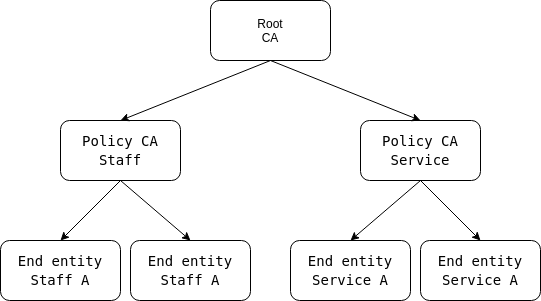
Earlier version of the draw.io export docs/pki-tree.png (OlafRadicke/play_pki_ca_with_ansible). Source tidied: cells renumbered, new cells last; positions are measured from the earlier drawing's top-left corner, leaving out a move shared by most shapes.
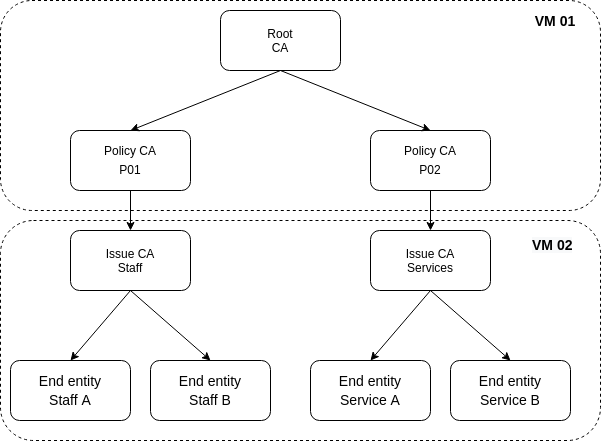
The same diagram one commit later.

Diff of the diagram source:
```diff
@@ -2,13 +2,19 @@
   <root>
     <mxCell id="0" />
     <mxCell id="1" parent="0" />
+    <mxCell id="15" style="rounded=1;whiteSpace=wrap;html=1;dashed=1;" parent="1" vertex="1">
+      <mxGeometry x="-10" y="210" width="600" height="220" as="geometry" />
+    </mxCell>
+    <mxCell id="16" style="rounded=1;whiteSpace=wrap;html=1;dashed=1;" parent="1" vertex="1">
+      <mxGeometry x="-10" y="-10" width="600" height="210" as="geometry" />
+    </mxCell>
     <mxCell id="2" value="Root&lt;br&gt;CA" style="rounded=1;whiteSpace=wrap;html=1;" parent="1" vertex="1">
       <mxGeometry x="210" width="120" height="60" as="geometry" />
     </mxCell>
-    <mxCell id="3" value="&lt;div style=&quot;font-family: &amp;#34;droid sans mono&amp;#34; , monospace , monospace , &amp;#34;droid sans fallback&amp;#34; ; font-size: 14px ; line-height: 19px&quot;&gt;&lt;span style=&quot;background-color: rgb(255 , 255 , 255)&quot;&gt;Policy CA&lt;br&gt;Staff&lt;/span&gt;&lt;/div&gt;" style="rounded=1;whiteSpace=wrap;html=1;" parent="1" vertex="1">
+    <mxCell id="3" value="&lt;div style=&quot;line-height: 19px&quot;&gt;&lt;span style=&quot;background-color: rgb(255 , 255 , 255)&quot;&gt;Policy CA&lt;br&gt;P01&lt;/span&gt;&lt;/div&gt;" style="rounded=1;whiteSpace=wrap;html=1;" parent="1" vertex="1">
       <mxGeometry x="60" y="120" width="120" height="60" as="geometry" />
     </mxCell>
-    <mxCell id="4" value="&lt;div style=&quot;font-family: &amp;#34;droid sans mono&amp;#34; , monospace , monospace , &amp;#34;droid sans fallback&amp;#34; ; font-size: 14px ; line-height: 19px&quot;&gt;&lt;span style=&quot;background-color: rgb(255 , 255 , 255)&quot;&gt;Policy CA&lt;br&gt;Service&lt;/span&gt;&lt;/div&gt;" style="rounded=1;whiteSpace=wrap;html=1;" parent="1" vertex="1">
+    <mxCell id="4" value="&lt;div style=&quot;line-height: 19px&quot;&gt;&lt;span style=&quot;background-color: rgb(255 , 255 , 255)&quot;&gt;Policy CA&lt;br&gt;P02&lt;/span&gt;&lt;/div&gt;" style="rounded=1;whiteSpace=wrap;html=1;" parent="1" vertex="1">
       <mxGeometry x="360" y="120" width="120" height="60" as="geometry" />
     </mxCell>
     <mxCell id="5" style="endArrow=classic;html=1;exitX=0.5;exitY=1;exitDx=0;exitDy=0;entryX=0.5;entryY=0;entryDx=0;entryDy=0;" parent="1" edge="1" source="2" target="4">
@@ -17,29 +23,49 @@
     <mxCell id="6" style="endArrow=classic;html=1;exitX=0.5;exitY=1;exitDx=0;exitDy=0;entryX=0.5;entryY=0;entryDx=0;entryDy=0;" parent="1" edge="1" source="2" target="3">
       <mxGeometry relative="1" as="geometry" />
     </mxCell>
-    <mxCell id="7" value="&lt;div style=&quot;font-family: &amp;#34;droid sans mono&amp;#34; , monospace , monospace , &amp;#34;droid sans fallback&amp;#34; ; font-size: 14px ; line-height: 19px&quot;&gt;&lt;span style=&quot;background-color: rgb(255 , 255 , 255)&quot;&gt;End entity&lt;br&gt;Staff A&lt;/span&gt;&lt;/div&gt;" style="rounded=1;whiteSpace=wrap;html=1;" parent="1" vertex="1">
-      <mxGeometry y="240" width="120" height="60" as="geometry" />
+    <mxCell id="7" value="&lt;div style=&quot;font-size: 14px ; line-height: 19px&quot;&gt;&lt;span style=&quot;background-color: rgb(255 , 255 , 255)&quot;&gt;End entity&lt;br&gt;Staff A&lt;/span&gt;&lt;/div&gt;" style="rounded=1;whiteSpace=wrap;html=1;" parent="1" vertex="1">
+      <mxGeometry y="350" width="120" height="60" as="geometry" />
     </mxCell>
-    <mxCell id="8" value="&lt;div style=&quot;font-family: &amp;#34;droid sans mono&amp;#34; , monospace , monospace , &amp;#34;droid sans fallback&amp;#34; ; font-size: 14px ; line-height: 19px&quot;&gt;&lt;span style=&quot;background-color: rgb(255 , 255 , 255)&quot;&gt;End entity&lt;br&gt;Staff A&lt;/span&gt;&lt;/div&gt;" style="rounded=1;whiteSpace=wrap;html=1;" parent="1" vertex="1">
-      <mxGeometry x="130" y="240" width="120" height="60" as="geometry" />
+    <mxCell id="8" value="&lt;div style=&quot;font-size: 14px ; line-height: 19px&quot;&gt;&lt;span style=&quot;background-color: rgb(255 , 255 , 255)&quot;&gt;End entity&lt;br&gt;Staff B&lt;/span&gt;&lt;/div&gt;" style="rounded=1;whiteSpace=wrap;html=1;" parent="1" vertex="1">
+      <mxGeometry x="140" y="350" width="120" height="60" as="geometry" />
     </mxCell>
-    <mxCell id="9" value="&lt;div style=&quot;font-family: &amp;#34;droid sans mono&amp;#34; , monospace , monospace , &amp;#34;droid sans fallback&amp;#34; ; font-size: 14px ; line-height: 19px&quot;&gt;&lt;span style=&quot;background-color: rgb(255 , 255 , 255)&quot;&gt;End entity&lt;br&gt;Service A&lt;/span&gt;&lt;/div&gt;" style="rounded=1;whiteSpace=wrap;html=1;" parent="1" vertex="1">
-      <mxGeometry x="290" y="240" width="120" height="60" as="geometry" />
+    <mxCell id="9" value="&lt;div style=&quot;font-size: 14px ; line-height: 19px&quot;&gt;&lt;span style=&quot;background-color: rgb(255 , 255 , 255)&quot;&gt;End entity&lt;br&gt;Service A&lt;/span&gt;&lt;/div&gt;" style="rounded=1;whiteSpace=wrap;html=1;" parent="1" vertex="1">
+      <mxGeometry x="300" y="350" width="120" height="60" as="geometry" />
     </mxCell>
-    <mxCell id="10" value="&lt;div style=&quot;font-family: &amp;#34;droid sans mono&amp;#34; , monospace , monospace , &amp;#34;droid sans fallback&amp;#34; ; font-size: 14px ; line-height: 19px&quot;&gt;&lt;span style=&quot;background-color: rgb(255 , 255 , 255)&quot;&gt;End entity&lt;br&gt;Service A&lt;/span&gt;&lt;/div&gt;" style="rounded=1;whiteSpace=wrap;html=1;" parent="1" vertex="1">
-      <mxGeometry x="420" y="240" width="120" height="60" as="geometry" />
+    <mxCell id="10" value="&lt;div style=&quot;font-size: 14px ; line-height: 19px&quot;&gt;&lt;span style=&quot;background-color: rgb(255 , 255 , 255)&quot;&gt;End entity&lt;br&gt;Service B&lt;/span&gt;&lt;/div&gt;" style="rounded=1;whiteSpace=wrap;html=1;" parent="1" vertex="1">
+      <mxGeometry x="440" y="350" width="120" height="60" as="geometry" />
     </mxCell>
-    <mxCell id="11" style="endArrow=classic;html=1;entryX=0.5;entryY=0;entryDx=0;entryDy=0;exitX=0.5;exitY=1;exitDx=0;exitDy=0;" parent="1" edge="1" source="3" target="8">
+    <mxCell id="11" style="endArrow=classic;html=1;entryX=0.5;entryY=0;entryDx=0;entryDy=0;exitX=0.5;exitY=1;exitDx=0;exitDy=0;" parent="1" edge="1" source="19" target="8">
       <mxGeometry relative="1" as="geometry" />
     </mxCell>
-    <mxCell id="12" style="endArrow=classic;html=1;exitX=0.5;exitY=1;exitDx=0;exitDy=0;entryX=0.5;entryY=0;entryDx=0;entryDy=0;" parent="1" edge="1" source="3" target="7">
+    <mxCell id="12" style="endArrow=classic;html=1;exitX=0.5;exitY=1;exitDx=0;exitDy=0;entryX=0.5;entryY=0;entryDx=0;entryDy=0;" parent="1" edge="1" source="19" target="7">
       <mxGeometry relative="1" as="geometry" />
     </mxCell>
-    <mxCell id="13" style="endArrow=classic;html=1;entryX=0.5;entryY=0;entryDx=0;entryDy=0;exitX=0.5;exitY=1;exitDx=0;exitDy=0;" parent="1" edge="1" source="4" target="9">
+    <mxCell id="13" style="endArrow=classic;html=1;entryX=0.5;entryY=0;entryDx=0;entryDy=0;exitX=0.5;exitY=1;exitDx=0;exitDy=0;" parent="1" edge="1" source="17" target="9">
       <mxGeometry relative="1" as="geometry" />
     </mxCell>
-    <mxCell id="14" style="endArrow=classic;html=1;exitX=0.5;exitY=1;exitDx=0;exitDy=0;entryX=0.5;entryY=0;entryDx=0;entryDy=0;" parent="1" edge="1" source="4" target="10">
+    <mxCell id="14" style="endArrow=classic;html=1;exitX=0.5;exitY=1;exitDx=0;exitDy=0;entryX=0.5;entryY=0;entryDx=0;entryDy=0;" parent="1" edge="1" source="4" target="17">
       <mxGeometry relative="1" as="geometry" />
     </mxCell>
+    <mxCell id="17" value="Issue CA&lt;br&gt;Services" style="rounded=1;whiteSpace=wrap;html=1;" parent="1" vertex="1">
+      <mxGeometry x="360" y="220" width="120" height="60" as="geometry" />
+    </mxCell>
+    <mxCell id="18" style="endArrow=classic;html=1;entryX=0.5;entryY=0;entryDx=0;entryDy=0;exitX=0.5;exitY=1;exitDx=0;exitDy=0;" parent="1" edge="1" source="17" target="10">
+      <mxGeometry relative="1" as="geometry" />
+    </mxCell>
+    <mxCell id="19" value="Issue CA&lt;br&gt;Staff" style="rounded=1;whiteSpace=wrap;html=1;" parent="1" vertex="1">
+      <mxGeometry x="60" y="220" width="120" height="60" as="geometry" />
+    </mxCell>
+    <mxCell id="20" style="endArrow=classic;html=1;exitX=0.5;exitY=1;exitDx=0;exitDy=0;" parent="1" edge="1" source="3">
+      <mxGeometry relative="1" as="geometry">
+        <mxPoint x="120" y="220" as="targetPoint" />
+      </mxGeometry>
+    </mxCell>
+    <mxCell id="21" value="&lt;font style=&quot;font-size: 14px&quot;&gt;&lt;b&gt;VM 01&lt;/b&gt;&lt;/font&gt;" style="text;html=1;strokeColor=none;fillColor=none;align=center;verticalAlign=middle;whiteSpace=wrap;rounded=0;dashed=1;" parent="1" vertex="1">
+      <mxGeometry x="510" width="70" height="20" as="geometry" />
+    </mxCell>
+    <mxCell id="22" value="&lt;b style=&quot;color: rgb(0 , 0 , 0) ; font-family: &amp;#34;helvetica&amp;#34; ; font-size: 14px ; font-style: normal ; letter-spacing: normal ; text-align: center ; text-indent: 0px ; text-transform: none ; word-spacing: 0px ; background-color: rgb(248 , 249 , 250)&quot;&gt;VM 02&lt;/b&gt;" style="text;whiteSpace=wrap;html=1;" parent="1" vertex="1">
+      <mxGeometry x="520" y="220" width="70" height="30" as="geometry" />
+    </mxCell>
   </root>
 </mxGraphModel>
```
